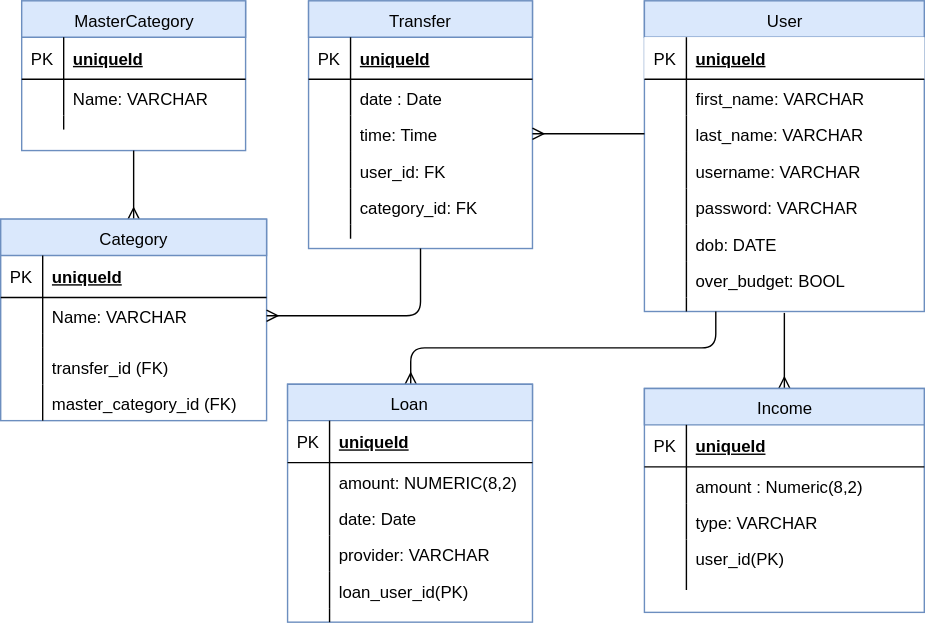
This is MoneyCashBoard_ER.svg from danie16arrido/MoneyCashBoard, a draw.io export, as it was before one commit. Source tidied: cells renumbered, new cells last; positions are measured from the earlier drawing's top-left corner, leaving out a move shared by most shapes.
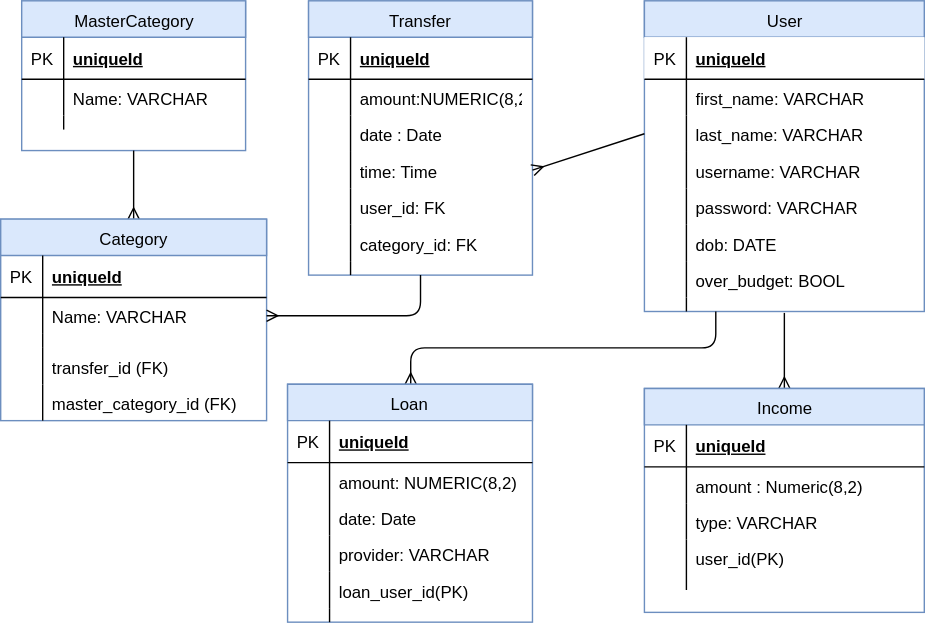
After the commit.

Change to the diagram source:
```diff
@@ -3,7 +3,7 @@
     <mxCell id="0" />
     <mxCell id="1" parent="0" />
     <mxCell id="2" value="Transfer" style="swimlane;html=1;fontStyle=0;horizontal=1;startSize=26;fillColor=#dae8fc;swimlaneFillColor=#ffffff;align=center;strokeColor=#6c8ebf;" parent="1" vertex="1">
-      <mxGeometry x="220" width="160" height="177" as="geometry" />
+      <mxGeometry x="220" width="160" height="196" as="geometry" />
     </mxCell>
     <mxCell id="3" value="uniqueId" style="shape=partialRectangle;top=0;left=0;right=0;bottom=1;html=1;align=left;verticalAlign=middle;fillColor=none;spacingLeft=34;spacingRight=4;whiteSpace=wrap;overflow=hidden;fontStyle=5;" parent="2" vertex="1">
       <mxGeometry y="26" width="160" height="30" as="geometry" />
@@ -11,32 +11,38 @@
     <mxCell id="4" value="PK" style="shape=partialRectangle;top=0;left=0;bottom=0;html=1;fillColor=none;align=left;verticalAlign=middle;spacingLeft=4;spacingRight=4;whiteSpace=wrap;overflow=hidden;" parent="3" vertex="1">
       <mxGeometry width="30" height="30" as="geometry" />
     </mxCell>
+    <mxCell id="80" value="amount:NUMERIC(8,2)" style="shape=partialRectangle;top=0;left=0;right=0;bottom=0;html=1;align=left;verticalAlign=top;fillColor=none;spacingLeft=34;spacingRight=4;whiteSpace=wrap;overflow=hidden;" parent="2" vertex="1">
+      <mxGeometry y="56" width="160" height="26" as="geometry" />
+    </mxCell>
+    <mxCell id="81" style="shape=partialRectangle;top=0;left=0;bottom=0;html=1;fillColor=none;align=left;verticalAlign=top;spacingLeft=4;spacingRight=4;whiteSpace=wrap;overflow=hidden;" parent="80" vertex="1">
+      <mxGeometry width="30" height="26" as="geometry" />
+    </mxCell>
     <mxCell id="5" value="date : Date" style="shape=partialRectangle;top=0;left=0;right=0;bottom=0;html=1;align=left;verticalAlign=top;fillColor=none;spacingLeft=34;spacingRight=4;whiteSpace=wrap;overflow=hidden;" parent="2" vertex="1">
-      <mxGeometry y="56" width="160" height="26" as="geometry" />
+      <mxGeometry y="82" width="160" height="26" as="geometry" />
     </mxCell>
     <mxCell id="6" style="shape=partialRectangle;top=0;left=0;bottom=0;html=1;fillColor=none;align=left;verticalAlign=top;spacingLeft=4;spacingRight=4;whiteSpace=wrap;overflow=hidden;" parent="5" vertex="1">
       <mxGeometry width="30" height="26" as="geometry" />
     </mxCell>
     <mxCell id="7" value="time: Time" style="shape=partialRectangle;top=0;left=0;right=0;bottom=0;html=1;align=left;verticalAlign=top;fillColor=none;spacingLeft=34;spacingRight=4;whiteSpace=wrap;overflow=hidden;points=[[0,0.5],[1,0.5]];portConstraint=eastwest;" parent="2" vertex="1">
-      <mxGeometry y="82" width="160" height="26" as="geometry" />
+      <mxGeometry y="108" width="160" height="26" as="geometry" />
     </mxCell>
     <mxCell id="8" style="shape=partialRectangle;top=0;left=0;bottom=0;html=1;fillColor=none;align=left;verticalAlign=top;spacingLeft=4;spacingRight=4;whiteSpace=wrap;overflow=hidden;" parent="7" vertex="1">
       <mxGeometry width="30" height="26" as="geometry" />
     </mxCell>
     <mxCell id="9" value="user_id: FK" style="shape=partialRectangle;top=0;left=0;right=0;bottom=0;html=1;align=left;verticalAlign=top;fillColor=none;spacingLeft=34;spacingRight=4;whiteSpace=wrap;overflow=hidden;" parent="2" vertex="1">
-      <mxGeometry y="108" width="160" height="26" as="geometry" />
+      <mxGeometry y="134" width="160" height="26" as="geometry" />
     </mxCell>
     <mxCell id="10" style="shape=partialRectangle;top=0;left=0;bottom=0;html=1;fillColor=none;align=left;verticalAlign=top;spacingLeft=4;spacingRight=4;whiteSpace=wrap;overflow=hidden;" parent="9" vertex="1">
       <mxGeometry width="30" height="26" as="geometry" />
     </mxCell>
     <mxCell id="11" value="category_id: FK" style="shape=partialRectangle;top=0;left=0;right=0;bottom=0;html=1;align=left;verticalAlign=top;fillColor=none;spacingLeft=34;spacingRight=4;whiteSpace=wrap;overflow=hidden;" parent="2" vertex="1">
-      <mxGeometry y="134" width="160" height="26" as="geometry" />
+      <mxGeometry y="160" width="160" height="26" as="geometry" />
     </mxCell>
     <mxCell id="12" style="shape=partialRectangle;top=0;left=0;bottom=0;html=1;fillColor=none;align=left;verticalAlign=top;spacingLeft=4;spacingRight=4;whiteSpace=wrap;overflow=hidden;" parent="11" vertex="1">
       <mxGeometry width="30" height="26" as="geometry" />
     </mxCell>
     <mxCell id="13" style="shape=partialRectangle;top=0;left=0;right=0;bottom=0;html=1;align=left;verticalAlign=top;fillColor=none;spacingLeft=34;spacingRight=4;whiteSpace=wrap;overflow=hidden;" parent="2" vertex="1">
-      <mxGeometry y="160" width="160" height="10" as="geometry" />
+      <mxGeometry y="186" width="160" height="10" as="geometry" />
     </mxCell>
     <mxCell id="14" style="shape=partialRectangle;top=0;left=0;bottom=0;html=1;fillColor=none;align=left;verticalAlign=top;spacingLeft=4;spacingRight=4;whiteSpace=wrap;overflow=hidden;" parent="13" vertex="1">
       <mxGeometry width="30" height="10" as="geometry" />
```
